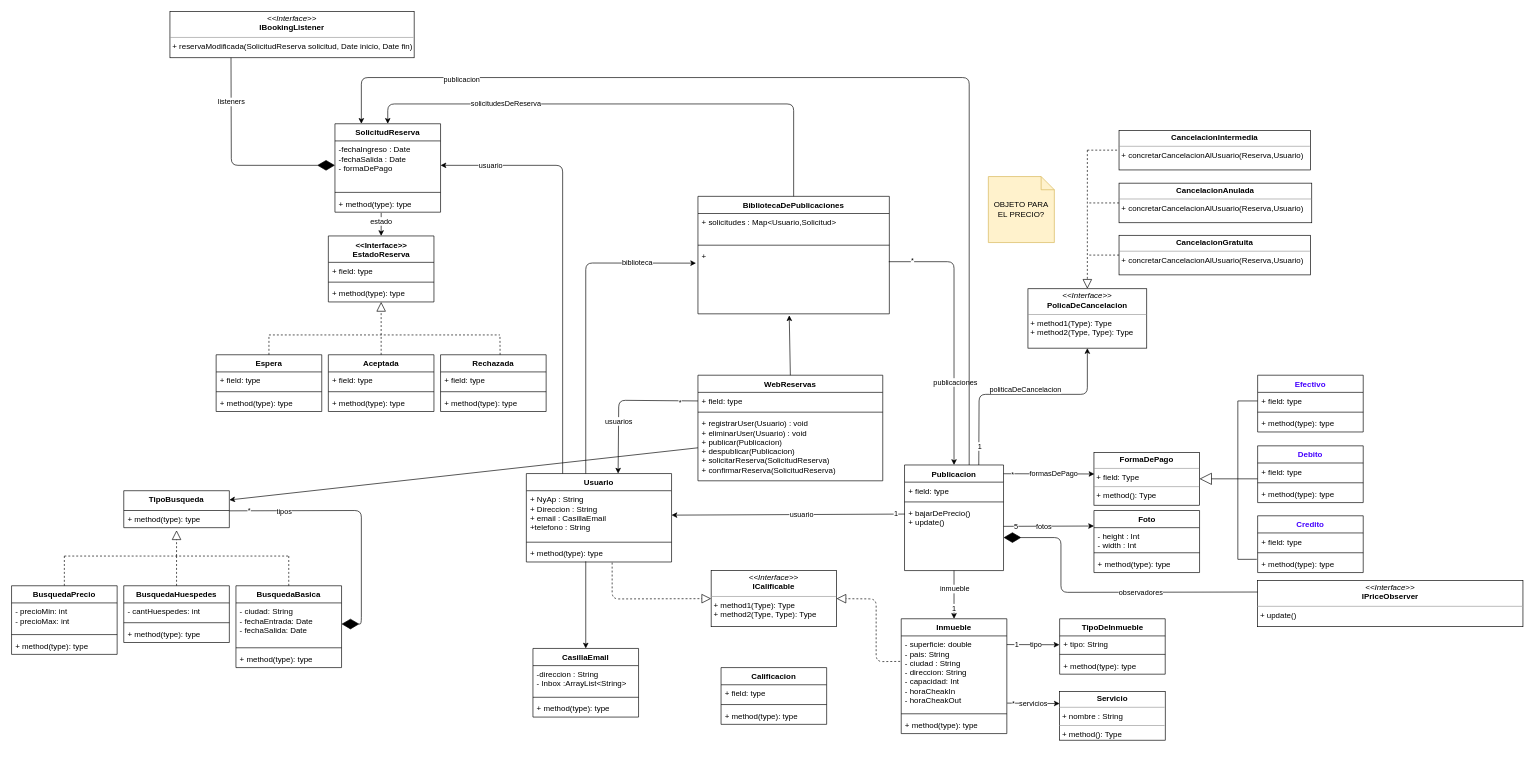
Before: UMLv2.drawio in Nahuel-P/unqui-po2-alquileres-temporales, a draw.io diagram. Source tidied: cells renumbered, new cells numbered last; positions are measured from the earlier drawing's top-left corner, leaving out a move shared by most shapes. Both pictures are drawn from the tidied source at 66%, with x=0, y=0 at pixel (11, 11).
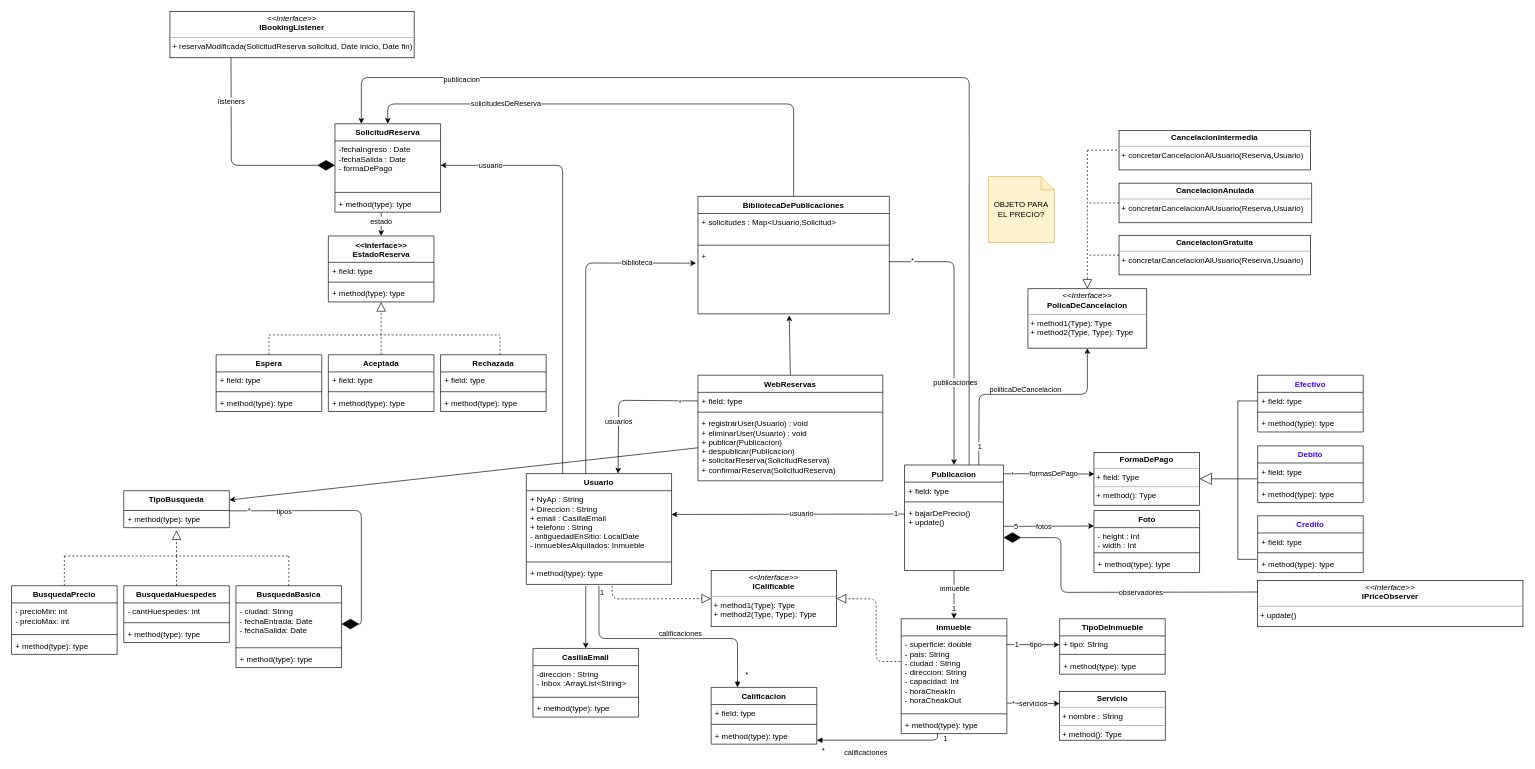
Above is the later version.

Commit message:
Agrego conexion de usuario e inmuebles a calificacion

Unchanged cells that the change refers to:
```xml
<mxCell id="13" value="+ bajarDePrecio()&#10;+ update()" style="text;strokeColor=none;fillColor=none;align=left;verticalAlign=top;spacingLeft=4;spacingRight=4;overflow=hidden;points=[[0,0.5],[1,0.5]];portConstraint=eastwest;" parent="10" vertex="1">
  <mxGeometry y="60" width="150" height="100" as="geometry" />
</mxCell>
<mxCell id="23" value="+ method(type): type" style="text;strokeColor=none;fillColor=none;align=left;verticalAlign=top;spacingLeft=4;spacingRight=4;overflow=hidden;points=[[0,0.5],[1,0.5]];portConstraint=eastwest;" parent="20" vertex="1">
  <mxGeometry y="148" width="160" height="26" as="geometry" />
</mxCell>
<mxCell id="69" value="&lt;p style=&quot;margin: 0px ; margin-top: 4px ; text-align: center&quot;&gt;&lt;i&gt;&amp;lt;&amp;lt;Interface&amp;gt;&amp;gt;&lt;/i&gt;&lt;br&gt;&lt;b&gt;ICalificable&lt;/b&gt;&lt;/p&gt;&lt;hr size=&quot;1&quot;&gt;&lt;p style=&quot;margin: 0px ; margin-left: 4px&quot;&gt;&lt;/p&gt;&lt;p style=&quot;margin: 0px ; margin-left: 4px&quot;&gt;+ method1(Type): Type&lt;br&gt;+ method2(Type, Type): Type&lt;/p&gt;" style="verticalAlign=top;align=left;overflow=fill;fontSize=12;fontFamily=Helvetica;html=1;" parent="1" vertex="1">
  <mxGeometry x="1060" y="847" width="190" height="85" as="geometry" />
</mxCell>
<mxCell id="98" value="CasillaEmail" style="swimlane;fontStyle=1;align=center;verticalAlign=top;horizontal=1;startSize=26;" parent="1" vertex="1">
  <mxGeometry x="790" y="965" width="160" height="104" as="geometry" />
</mxCell>
```

The edit, as a diff of the source:
```diff
@@
     <mxCell id="6" value="Usuario" style="swimlane;fontStyle=1;align=center;verticalAlign=top;horizontal=1;startSize=26;" parent="1" vertex="1">
-      <mxGeometry x="780" y="700" width="220" height="134" as="geometry" />
+      <mxGeometry x="780" y="700" width="220" height="168" as="geometry" />
     </mxCell>
-    <mxCell id="7" value="+ NyAp : String&#10;+ Direccion : String &#10;+ email : CasillaEmail&#10;+telefono : String" style="text;strokeColor=none;fillColor=none;align=left;verticalAlign=top;spacingLeft=4;spacingRight=4;overflow=hidden;points=[[0,0.5],[1,0.5]];portConstraint=eastwest;" parent="6" vertex="1">
-      <mxGeometry y="26" width="220" height="74" as="geometry" />
+    <mxCell id="7" value="+ NyAp : String&#10;+ Direccion : String &#10;+ email : CasillaEmail&#10;+ telefono : String&#10;- antiguedadEnSitio: LocalDate&#10;- inmueblesAlquilados: Inmueble" style="text;strokeColor=none;fillColor=none;align=left;verticalAlign=top;spacingLeft=4;spacingRight=4;overflow=hidden;points=[[0,0.5],[1,0.5]];portConstraint=eastwest;" parent="6" vertex="1">
+      <mxGeometry y="26" width="220" height="104" as="geometry" />
     </mxCell>
     <mxCell id="8" style="line;strokeWidth=1;fillColor=none;align=left;verticalAlign=middle;spacingTop=-1;spacingLeft=3;spacingRight=3;labelPosition=right;" parent="6" vertex="1">
-      <mxGeometry y="100" width="220" height="8" as="geometry" />
+      <mxGeometry y="130" width="220" height="8" as="geometry" />
     </mxCell>
     <mxCell id="9" value="+ method(type): type" style="text;strokeColor=none;fillColor=none;align=left;verticalAlign=top;spacingLeft=4;spacingRight=4;overflow=hidden;points=[[0,0.5],[1,0.5]];portConstraint=eastwest;" parent="6" vertex="1">
-      <mxGeometry y="108" width="220" height="26" as="geometry" />
+      <mxGeometry y="138" width="220" height="30" as="geometry" />
     </mxCell>
@@
-    <mxCell id="66" style="endArrow=classic;html=1;exitX=0.003;exitY=0.144;exitDx=0;exitDy=0;entryX=1;entryY=0.5;entryDx=0;entryDy=0;exitPerimeter=0;" parent="1" edge="1" source="13" target="7">
+    <mxCell id="66" style="endArrow=classic;html=1;exitX=0.003;exitY=0.144;exitDx=0;exitDy=0;entryX=1;entryY=0.346;entryDx=0;entryDy=0;exitPerimeter=0;entryPerimeter=0;" parent="1" edge="1" source="13" target="7">
       <mxGeometry relative="1" as="geometry" />
     </mxCell>
@@
     <mxCell id="97" style="endArrow=classic;html=1;strokeColor=#000000;fontColor=#FF0303;entryX=0.5;entryY=0;entryDx=0;entryDy=0;" parent="1" edge="1" target="98">
       <mxGeometry relative="1" as="geometry">
-        <mxPoint x="870" y="833" as="sourcePoint" />
+        <mxPoint x="870" y="870" as="sourcePoint" />
       </mxGeometry>
     </mxCell>
@@
     <mxCell id="149" style="endArrow=block;dashed=1;endFill=0;endSize=12;html=1;entryX=0;entryY=0.5;entryDx=0;entryDy=0;" parent="1" edge="1" target="69">
       <mxGeometry relative="1" as="geometry">
-        <mxPoint x="910" y="835" as="sourcePoint" />
+        <mxPoint x="910" y="870" as="sourcePoint" />
         <Array as="points">
           <mxPoint x="910" y="890" />
         </Array>
       </mxGeometry>
     </mxCell>
@@
     <mxCell id="151" value="Calificacion" style="swimlane;fontStyle=1;align=center;verticalAlign=top;horizontal=1;startSize=26;" parent="1" vertex="1">
-      <mxGeometry x="1075" y="994" width="160" height="86" as="geometry" />
+      <mxGeometry x="1060" y="1024" width="160" height="86" as="geometry" />
     </mxCell>
@@
+    <mxCell id="161" value="calificaciones" style="endArrow=block;endFill=1;html=1;edgeStyle=orthogonalEdgeStyle;align=left;verticalAlign=top;exitX=0.5;exitY=1.067;exitDx=0;exitDy=0;exitPerimeter=0;entryX=0.25;entryY=0;entryDx=0;entryDy=0;" parent="1" edge="1" source="9" target="151">
+      <mxGeometry x="-0.07" y="20" relative="1" as="geometry">
+        <Array as="points">
+          <mxPoint x="890" y="950" />
+          <mxPoint x="1100" y="950" />
+          <mxPoint x="1100" y="1004" />
+        </Array>
+      </mxGeometry>
+    </mxCell>
+    <mxCell id="162" value="1" style="edgeLabel;html=1;align=left;verticalAlign=bottom;" parent="161" vertex="1">
+      <mxGeometry x="-1" relative="1" as="geometry">
+        <mxPoint y="19" as="offset" />
+      </mxGeometry>
+    </mxCell>
+    <mxCell id="163" value="*" style="text;html=1;align=center;verticalAlign=middle;strokeColor=none;" parent="1" vertex="1">
+      <mxGeometry x="1104" y="994" width="20" height="20" as="geometry" />
+    </mxCell>
+    <mxCell id="164" value="calificaciones" style="endArrow=block;endFill=1;html=1;edgeStyle=orthogonalEdgeStyle;align=left;verticalAlign=top;exitX=0.344;exitY=0.962;exitDx=0;exitDy=0;exitPerimeter=0;" parent="1" edge="1" source="23">
+      <mxGeometry x="0.59" y="6" relative="1" as="geometry">
+        <mxPoint x="1220" y="1104" as="targetPoint" />
+        <Array as="points">
+          <mxPoint x="1403" y="1104" />
+          <mxPoint x="1220" y="1104" />
+        </Array>
+      </mxGeometry>
+    </mxCell>
+    <mxCell id="165" value="1" style="edgeLabel;html=1;align=left;verticalAlign=bottom;" parent="164" vertex="1">
+      <mxGeometry x="-1" relative="1" as="geometry">
+        <mxPoint x="7" y="17" as="offset" />
+      </mxGeometry>
+    </mxCell>
+    <mxCell id="166" value="*" style="text;html=1;align=center;verticalAlign=middle;strokeColor=none;" parent="1" vertex="1">
+      <mxGeometry x="1220" y="1110" width="20" height="20" as="geometry" />
+    </mxCell>
```
